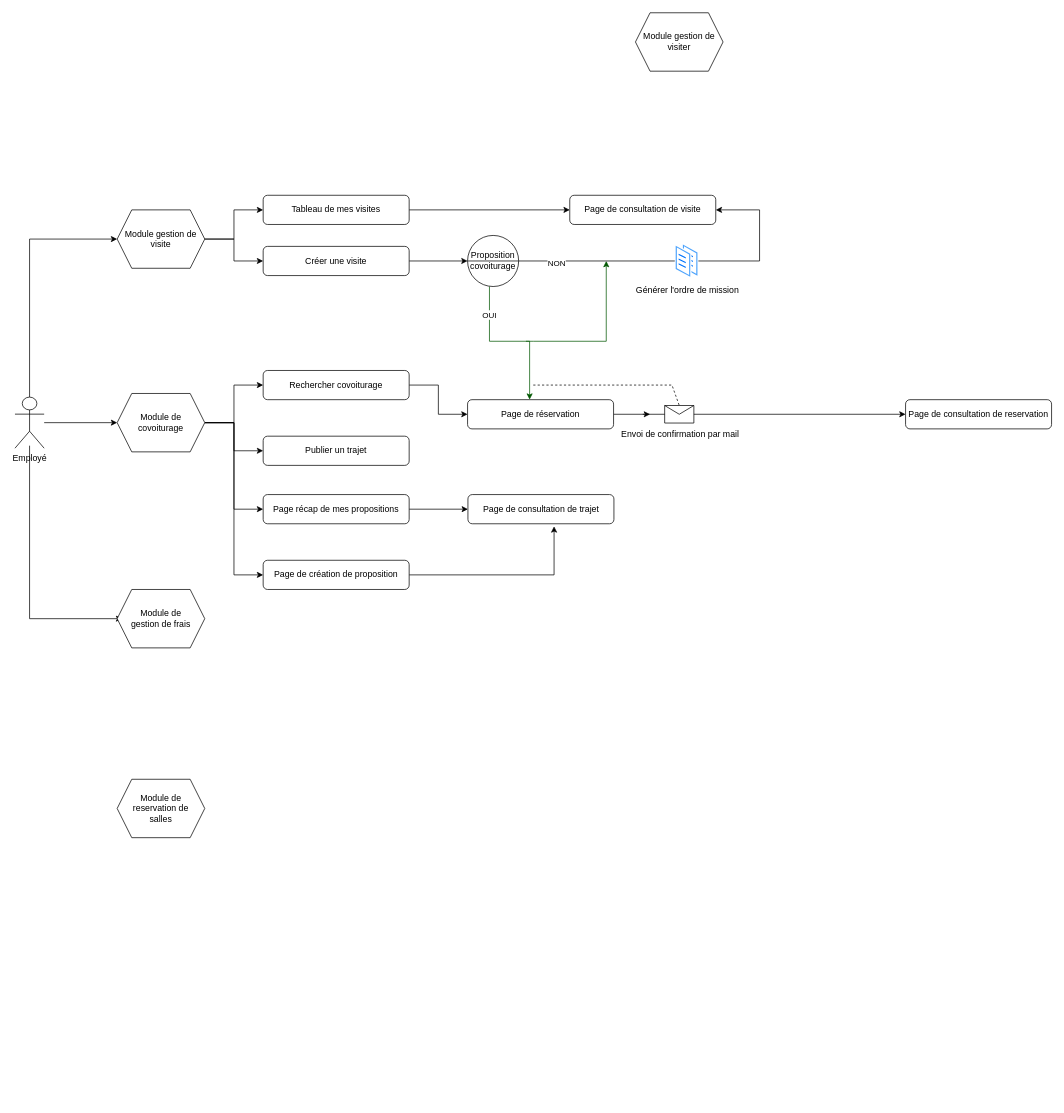
Before: documentation/diagram.drawio in IlyasMohetna/GSB_laboratoire, a draw.io diagram. Source tidied: cells renumbered, new cells numbered last; positions are measured from the earlier drawing's top-left corner, leaving out a move shared by most shapes. Both pictures are drawn from the tidied source at 73%, with x=0, y=0 at pixel (15, 12).
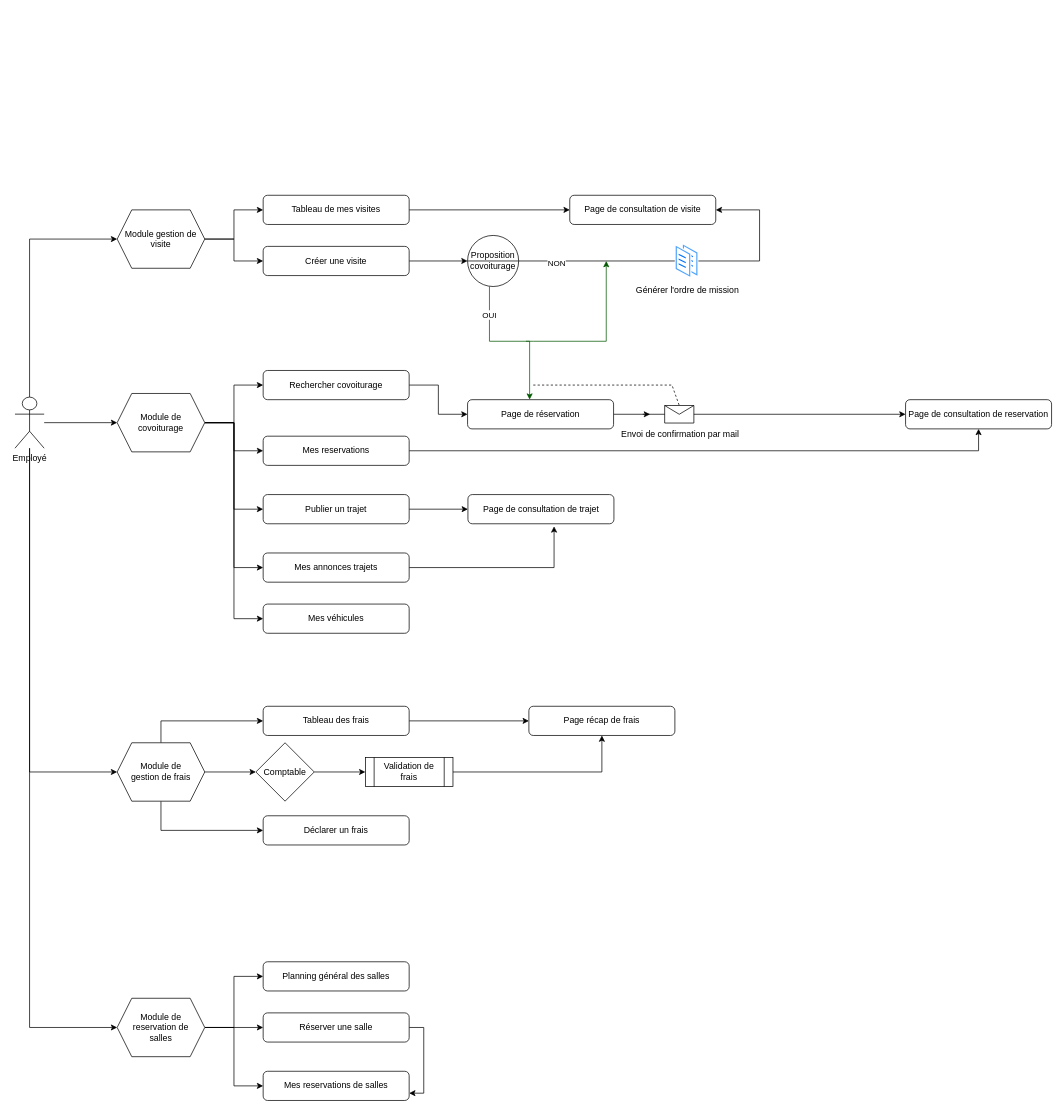
The same diagram, later.

The change refers to these unchanged cells:
```xml
<mxCell id="17" value="Module de covoiturage" style="shape=hexagon;perimeter=hexagonPerimeter2;whiteSpace=wrap;html=1;fixedSize=1;" parent="1" vertex="1">
  <mxGeometry x="140" y="521.5" width="120" height="80" as="geometry" />
</mxCell>
<mxCell id="25" value="Page de consultation de reservation" style="rounded=1;whiteSpace=wrap;html=1;" parent="1" vertex="1">
  <mxGeometry x="1220" y="530" width="200" height="40" as="geometry" />
</mxCell>
<mxCell id="47" value="Employé" style="shape=umlActor;verticalLabelPosition=bottom;verticalAlign=top;html=1;outlineConnect=0;" parent="1" vertex="1">
  <mxGeometry y="526.5" width="40" height="70" as="geometry" />
</mxCell>
```

Diff of the diagram source:
```diff
@@
-    <mxCell id="3" style="edgeStyle=orthogonalEdgeStyle;rounded=0;orthogonalLoop=1;jettySize=auto;html=1;entryX=0;entryY=0.5;entryDx=0;entryDy=0;" parent="1" edge="1">
-      <mxGeometry relative="1" as="geometry">
-        <mxPoint x="20" y="593" as="sourcePoint" />
-        <mxPoint x="146.9" y="830" as="targetPoint" />
-        <Array as="points">
-          <mxPoint x="19.9" y="830" />
-        </Array>
-      </mxGeometry>
-    </mxCell>
@@
-    <mxCell id="7" value="Module gestion de visiter" style="shape=hexagon;perimeter=hexagonPerimeter2;whiteSpace=wrap;html=1;fixedSize=1;" parent="1" vertex="1">
-      <mxGeometry x="850" width="120" height="80" as="geometry" />
-    </mxCell>
@@
     <mxCell id="16" style="edgeStyle=orthogonalEdgeStyle;rounded=0;jettySize=auto;html=1;entryX=0;entryY=0.5;entryDx=0;entryDy=0;" parent="1" edge="1" source="17" target="32">
       <mxGeometry relative="1" as="geometry">
         <Array as="points">
           <mxPoint x="300" y="562" />
-          <mxPoint x="300" y="770" />
-          <mxPoint x="340" y="770" />
+          <mxPoint x="300" y="760" />
         </Array>
       </mxGeometry>
     </mxCell>
+    <mxCell id="48" style="edgeStyle=orthogonalEdgeStyle;rounded=0;jettySize=auto;html=1;entryX=0;entryY=0.5;entryDx=0;entryDy=0;" parent="1" edge="1" source="17" target="58">
+      <mxGeometry relative="1" as="geometry" />
+    </mxCell>
@@
+    <mxCell id="49" style="edgeStyle=orthogonalEdgeStyle;rounded=0;jettySize=auto;html=1;entryX=0;entryY=0.5;entryDx=0;entryDy=0;" parent="1" edge="1" source="18" target="61">
+      <mxGeometry relative="1" as="geometry">
+        <Array as="points">
+          <mxPoint x="200" y="970" />
+        </Array>
+      </mxGeometry>
+    </mxCell>
+    <mxCell id="50" style="edgeStyle=orthogonalEdgeStyle;rounded=0;jettySize=auto;html=1;entryX=0;entryY=0.5;entryDx=0;entryDy=0;" parent="1" edge="1" source="18" target="62">
+      <mxGeometry relative="1" as="geometry">
+        <Array as="points">
+          <mxPoint x="200" y="1120" />
+        </Array>
+      </mxGeometry>
+    </mxCell>
+    <mxCell id="51" style="edgeStyle=orthogonalEdgeStyle;rounded=0;jettySize=auto;html=1;entryX=0;entryY=0.5;entryDx=0;entryDy=0;" parent="1" edge="1" source="66" target="64">
+      <mxGeometry relative="1" as="geometry" />
+    </mxCell>
     <mxCell id="18" value="Module de &lt;br&gt;gestion de frais" style="shape=hexagon;perimeter=hexagonPerimeter2;whiteSpace=wrap;html=1;fixedSize=1;" parent="1" vertex="1">
-      <mxGeometry x="140" y="790" width="120" height="80" as="geometry" />
+      <mxGeometry x="140" y="1000" width="120" height="80" as="geometry" />
     </mxCell>
+    <mxCell id="52" style="edgeStyle=orthogonalEdgeStyle;rounded=0;jettySize=auto;html=1;entryX=0;entryY=0.5;entryDx=0;entryDy=0;" parent="1" edge="1" source="19" target="67">
+      <mxGeometry relative="1" as="geometry" />
+    </mxCell>
+    <mxCell id="53" style="edgeStyle=orthogonalEdgeStyle;rounded=0;jettySize=auto;html=1;entryX=0;entryY=0.5;entryDx=0;entryDy=0;" parent="1" edge="1" source="19" target="69">
+      <mxGeometry relative="1" as="geometry" />
+    </mxCell>
+    <mxCell id="54" style="edgeStyle=orthogonalEdgeStyle;rounded=0;jettySize=auto;html=1;entryX=0;entryY=0.5;entryDx=0;entryDy=0;" parent="1" edge="1" source="19" target="70">
+      <mxGeometry relative="1" as="geometry">
+        <Array as="points">
+          <mxPoint x="300" y="1390" />
+          <mxPoint x="300" y="1470" />
+          <mxPoint x="340" y="1470" />
+        </Array>
+      </mxGeometry>
+    </mxCell>
     <mxCell id="19" value="Module de reservation de &lt;br&gt;salles" style="shape=hexagon;perimeter=hexagonPerimeter2;whiteSpace=wrap;html=1;fixedSize=1;" parent="1" vertex="1">
-      <mxGeometry x="140" y="1050" width="120" height="80" as="geometry" />
+      <mxGeometry x="140" y="1350" width="120" height="80" as="geometry" />
     </mxCell>
@@
+    <mxCell id="55" style="edgeStyle=orthogonalEdgeStyle;rounded=0;jettySize=auto;html=1;entryX=0.5;entryY=1;entryDx=0;entryDy=0;" parent="1" edge="1" source="26" target="25">
+      <mxGeometry relative="1" as="geometry" />
+    </mxCell>
-    <mxCell id="26" value="Publier un trajet" style="rounded=1;whiteSpace=wrap;html=1;" parent="1" vertex="1">
+    <mxCell id="26" value="Mes reservations" style="rounded=1;whiteSpace=wrap;html=1;" parent="1" vertex="1">
       <mxGeometry x="340" y="580" width="200" height="40" as="geometry" />
     </mxCell>
@@
-    <mxCell id="30" value="Page récap de mes propositions" style="rounded=1;whiteSpace=wrap;html=1;" parent="1" vertex="1">
+    <mxCell id="30" value="Publier un trajet" style="rounded=1;whiteSpace=wrap;html=1;" parent="1" vertex="1">
       <mxGeometry x="340" y="660" width="200" height="40" as="geometry" />
     </mxCell>
@@
-    <mxCell id="32" value="Page de création de proposition" style="rounded=1;whiteSpace=wrap;html=1;" parent="1" vertex="1">
-      <mxGeometry x="340" y="750" width="200" height="40" as="geometry" />
+    <mxCell id="32" value="Mes annonces trajets" style="rounded=1;whiteSpace=wrap;html=1;" parent="1" vertex="1">
+      <mxGeometry x="340" y="740" width="200" height="40" as="geometry" />
     </mxCell>
@@
+    <mxCell id="56" style="edgeStyle=orthogonalEdgeStyle;rounded=0;jettySize=auto;html=1;entryX=0;entryY=0.5;entryDx=0;entryDy=0;" parent="1" edge="1" source="47" target="18">
+      <mxGeometry relative="1" as="geometry">
+        <Array as="points">
+          <mxPoint x="20" y="1040" />
+        </Array>
+      </mxGeometry>
+    </mxCell>
+    <mxCell id="57" style="edgeStyle=orthogonalEdgeStyle;rounded=0;jettySize=auto;html=1;entryX=0;entryY=0.5;entryDx=0;entryDy=0;" parent="1" edge="1" source="47" target="19">
+      <mxGeometry relative="1" as="geometry">
+        <Array as="points">
+          <mxPoint x="20" y="1390" />
+        </Array>
+      </mxGeometry>
+    </mxCell>
@@
+    <mxCell id="58" value="Mes véhicules" style="rounded=1;whiteSpace=wrap;html=1;" parent="1" vertex="1">
+      <mxGeometry x="340" y="810" width="200" height="40" as="geometry" />
+    </mxCell>
+    <mxCell id="59" value="Page récap de frais" style="rounded=1;whiteSpace=wrap;html=1;" parent="1" vertex="1">
+      <mxGeometry x="704" y="950" width="200" height="40" as="geometry" />
+    </mxCell>
+    <mxCell id="60" style="edgeStyle=orthogonalEdgeStyle;rounded=0;jettySize=auto;html=1;" parent="1" edge="1" source="61" target="59">
+      <mxGeometry relative="1" as="geometry" />
+    </mxCell>
+    <mxCell id="61" value="Tableau des frais" style="rounded=1;whiteSpace=wrap;html=1;" parent="1" vertex="1">
+      <mxGeometry x="340" y="950" width="200" height="40" as="geometry" />
+    </mxCell>
+    <mxCell id="62" value="Déclarer un frais" style="rounded=1;whiteSpace=wrap;html=1;" parent="1" vertex="1">
+      <mxGeometry x="340" y="1100" width="200" height="40" as="geometry" />
+    </mxCell>
+    <mxCell id="63" style="edgeStyle=orthogonalEdgeStyle;rounded=0;jettySize=auto;html=1;entryX=0.5;entryY=1;entryDx=0;entryDy=0;" parent="1" edge="1" source="64" target="59">
+      <mxGeometry relative="1" as="geometry" />
+    </mxCell>
+    <mxCell id="64" value="Validation de frais" style="shape=process;whiteSpace=wrap;html=1;backgroundOutline=1;" parent="1" vertex="1">
+      <mxGeometry x="480" y="1020" width="120" height="40" as="geometry" />
+    </mxCell>
+    <mxCell id="65" style="edgeStyle=orthogonalEdgeStyle;rounded=0;jettySize=auto;html=1;entryX=0;entryY=0.5;entryDx=0;entryDy=0;" parent="1" edge="1" source="18" target="66">
+      <mxGeometry relative="1" as="geometry" />
+    </mxCell>
+    <mxCell id="66" value="Comptable" style="rhombus;whiteSpace=wrap;html=1;" parent="1" vertex="1">
+      <mxGeometry x="330" y="1000" width="80" height="80" as="geometry" />
+    </mxCell>
+    <mxCell id="67" value="Planning général des salles" style="rounded=1;whiteSpace=wrap;html=1;" parent="1" vertex="1">
+      <mxGeometry x="340" y="1300" width="200" height="40" as="geometry" />
+    </mxCell>
+    <mxCell id="68" style="edgeStyle=orthogonalEdgeStyle;rounded=0;jettySize=auto;html=1;entryX=1;entryY=0.75;entryDx=0;entryDy=0;" parent="1" edge="1" source="69" target="70">
+      <mxGeometry relative="1" as="geometry">
+        <Array as="points">
+          <mxPoint x="560" y="1390" />
+          <mxPoint x="560" y="1480" />
+        </Array>
+      </mxGeometry>
+    </mxCell>
+    <mxCell id="69" value="Réserver une salle" style="rounded=1;whiteSpace=wrap;html=1;" parent="1" vertex="1">
+      <mxGeometry x="340" y="1370" width="200" height="40" as="geometry" />
+    </mxCell>
+    <mxCell id="70" value="Mes reservations de salles" style="rounded=1;whiteSpace=wrap;html=1;" parent="1" vertex="1">
+      <mxGeometry x="340" y="1450" width="200" height="40" as="geometry" />
+    </mxCell>
```
